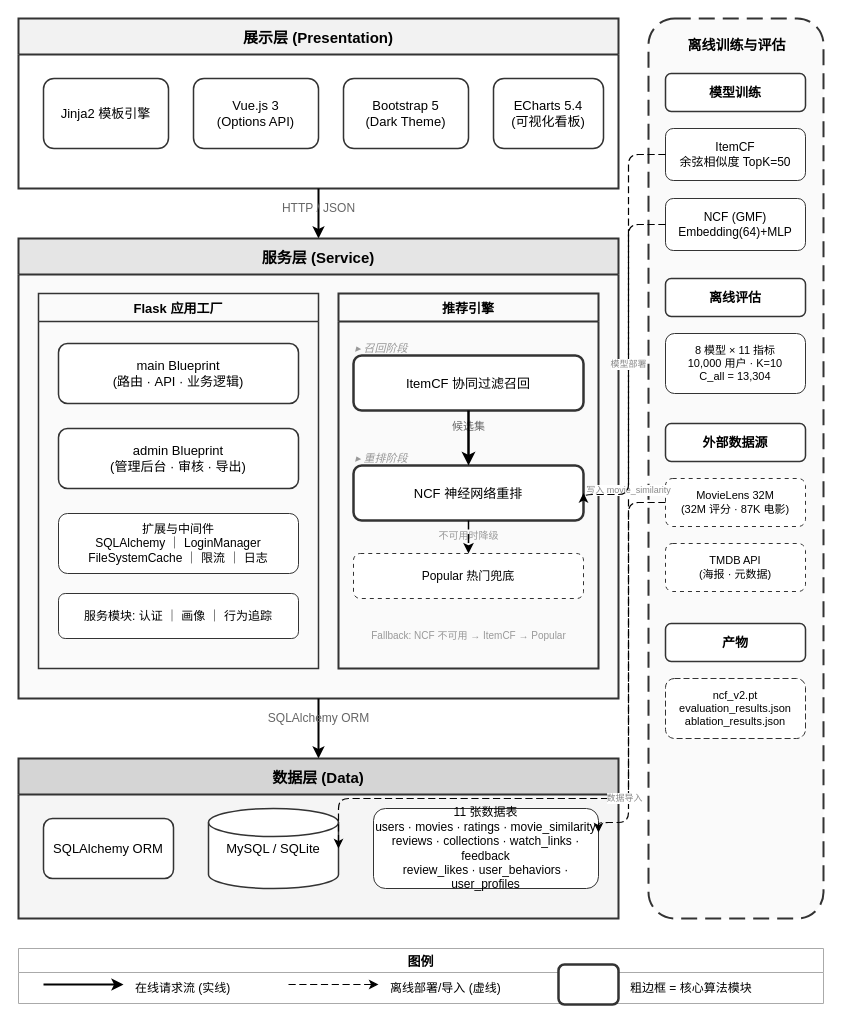
simple-fantasy/Movie-recommendation-system keeps this draw.io diagram as thesis/figures/fig4-1-architecture.drawio. Above is the earlier version. Source tidied: cells renumbered, new cells numbered last; positions are measured from the earlier drawing's top-left corner, leaving out a move shared by most shapes. Both pictures are drawn from the tidied source at 100%, with x=0, y=0 at pixel (18, 18).
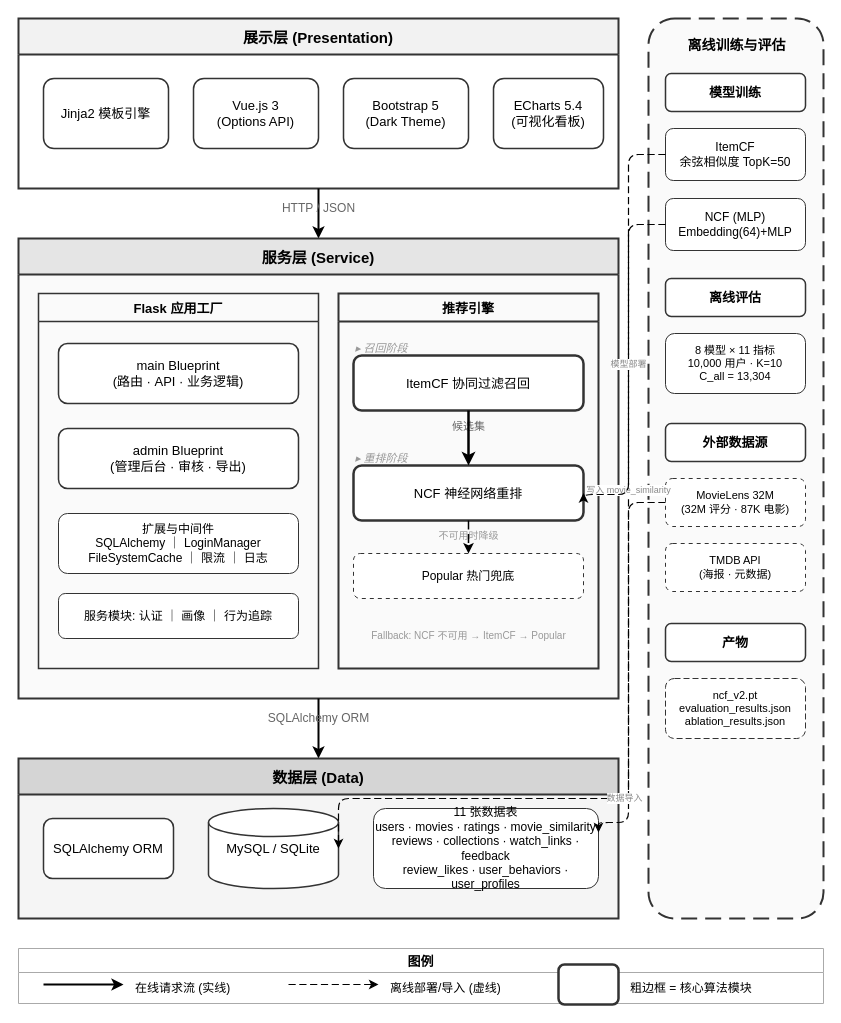
Above is the later version.

Change to the diagram source:
```diff
@@
-    <mxCell id="36" value="NCF (GMF)&#10;Embedding(64)+MLP" style="rounded=1;whiteSpace=wrap;html=1;fillColor=#fff;strokeColor=#333;fontSize=12;strokeWidth=1;" parent="1" vertex="1">
+    <mxCell id="36" value="NCF (MLP)&#10;Embedding(64)+MLP" style="rounded=1;whiteSpace=wrap;html=1;fillColor=#fff;strokeColor=#333;fontSize=12;strokeWidth=1;" parent="1" vertex="1">
       <mxGeometry x="647" y="180" width="140" height="52" as="geometry" />
     </mxCell>
```
